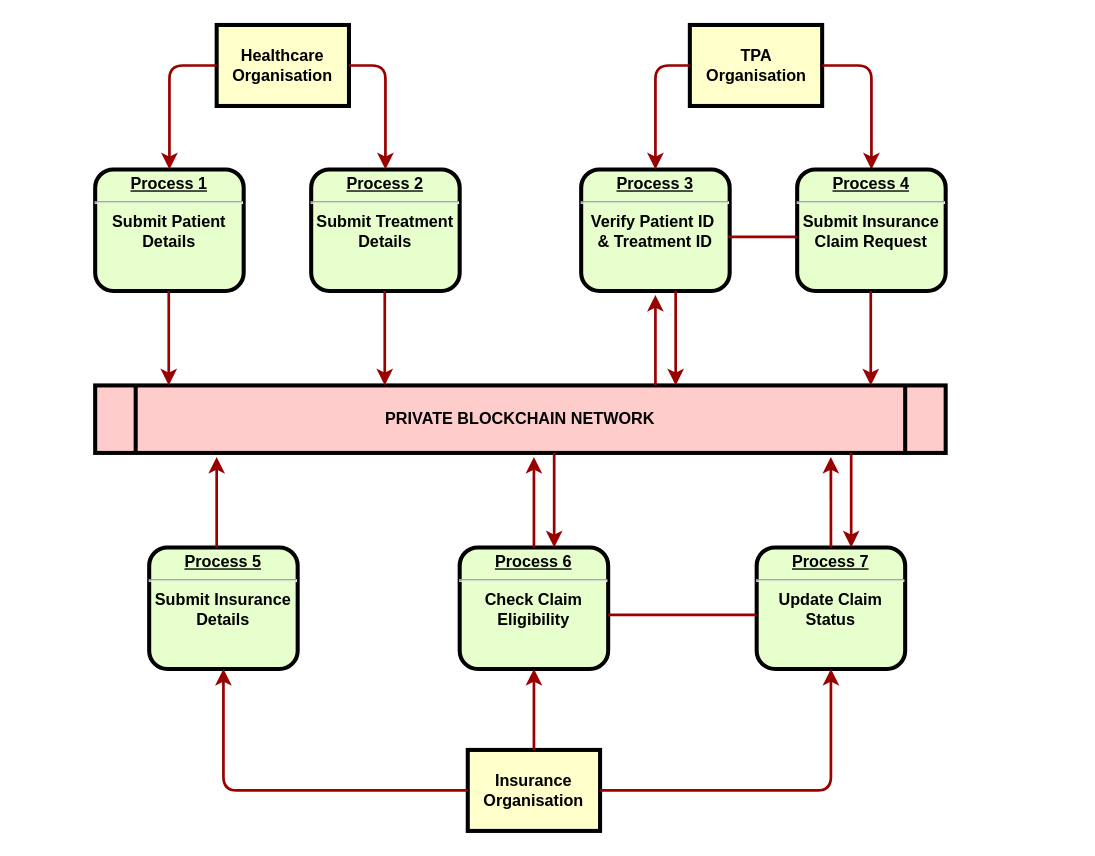
The draw.io diagram ad.drawio in jkt10125/healthcare-claim-processing-system, before the edit. Source tidied: cells renumbered, new cells numbered last; positions are measured from the earlier drawing's top-left corner, leaving out a move shared by most shapes. Both pictures are drawn from the tidied source at 135%, with x=0, y=0 at pixel (94, 24).
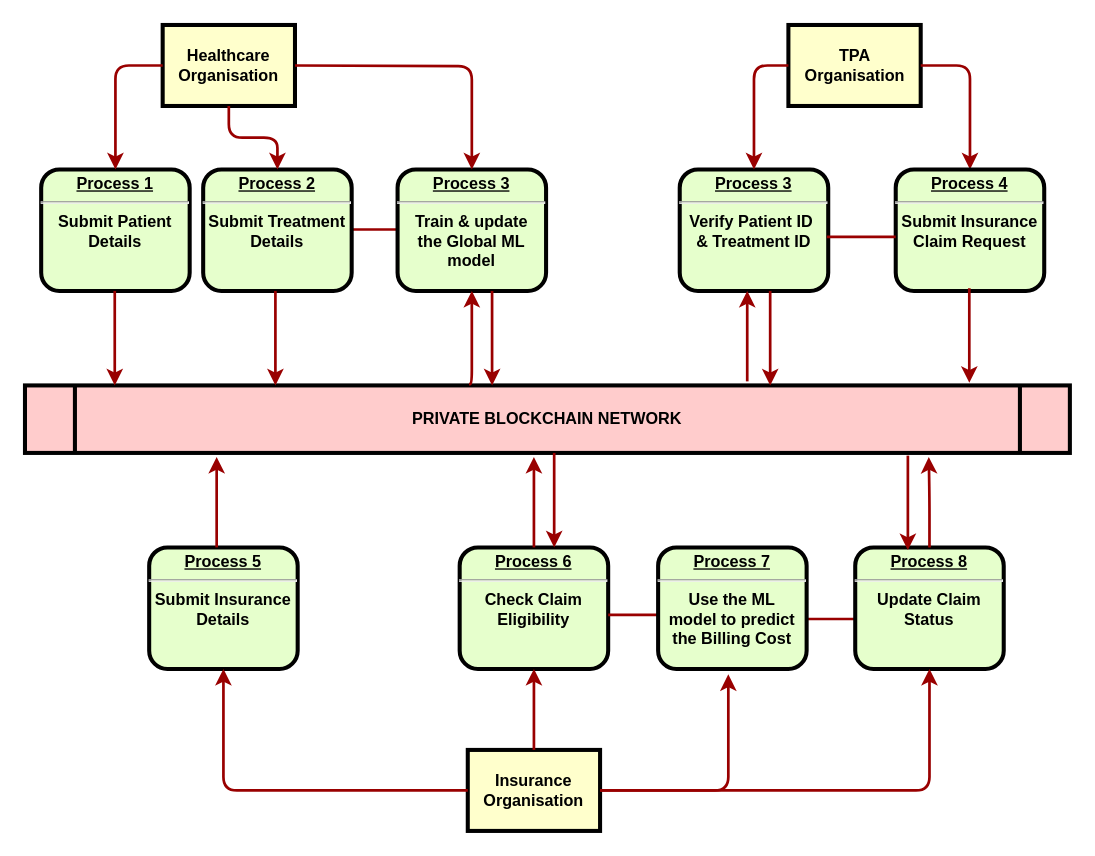
Above is the later version.

Commit message:
Update ARCHITECTURE DIAGRAM

Unchanged cells that the change refers to:
```xml
<mxCell id="15" value="Insurance Organisation" style="whiteSpace=wrap;align=center;verticalAlign=middle;fontStyle=1;strokeWidth=3;fillColor=#FFFFCC;" parent="1" vertex="1">
  <mxGeometry x="276" y="537" width="98" height="60" as="geometry" />
</mxCell>
```

Change to the diagram source:
```diff
@@
+    <mxCell id="32" style="strokeColor=#990000;strokeWidth=2;endArrow=none;endFill=0;" parent="1" edge="1">
+      <mxGeometry relative="1" as="geometry">
+        <mxPoint x="190" y="151.5" as="sourcePoint" />
+        <mxPoint x="300" y="151.5" as="targetPoint" />
+      </mxGeometry>
+    </mxCell>
+    <mxCell id="33" style="strokeColor=#990000;strokeWidth=2;endArrow=none;endFill=0;" parent="1" edge="1">
+      <mxGeometry relative="1" as="geometry">
+        <mxPoint x="492" y="440" as="sourcePoint" />
+        <mxPoint x="602" y="440" as="targetPoint" />
+      </mxGeometry>
+    </mxCell>
     <mxCell id="2" value="&lt;p style=&quot;margin: 0px; margin-top: 4px; text-align: center; text-decoration: underline;&quot;&gt;&lt;strong&gt;Process 1&lt;br&gt;&lt;/strong&gt;&lt;/p&gt;&lt;hr&gt;&lt;div&gt;Submit Patient&lt;/div&gt;&lt;div&gt;Details&lt;br&gt;&lt;/div&gt;" style="verticalAlign=middle;align=center;overflow=fill;fontSize=12;fontFamily=Helvetica;html=1;rounded=1;fontStyle=1;strokeWidth=3;fillColor=#E6FFCC;" parent="1" vertex="1">
-      <mxGeometry y="107" width="110" height="90" as="geometry" />
+      <mxGeometry x="-40" y="107" width="110" height="90" as="geometry" />
     </mxCell>
     <mxCell id="3" value="Healthcare Organisation" style="whiteSpace=wrap;align=center;verticalAlign=middle;fontStyle=1;strokeWidth=3;fillColor=#FFFFCC;" parent="1" vertex="1">
-      <mxGeometry x="90" width="98" height="60" as="geometry" />
+      <mxGeometry x="50" width="98" height="60" as="geometry" />
     </mxCell>
     <mxCell id="4" value="PRIVATE BLOCKCHAIN NETWORK" style="shape=process;whiteSpace=wrap;align=center;verticalAlign=middle;size=0.0475;fontStyle=1;strokeWidth=3;fillColor=#FFCCCC;" parent="1" vertex="1">
-      <mxGeometry y="267" width="630" height="50" as="geometry" />
+      <mxGeometry x="-52" y="267" width="774" height="50" as="geometry" />
     </mxCell>
@@
     <mxCell id="6" value="&lt;p style=&quot;margin: 0px; margin-top: 4px; text-align: center; text-decoration: underline;&quot;&gt;&lt;strong&gt;Process 2&lt;br&gt;&lt;/strong&gt;&lt;/p&gt;&lt;hr&gt;&lt;div&gt;Submit Treatment&lt;/div&gt;&lt;div&gt;Details&lt;br&gt;&lt;/div&gt;" style="verticalAlign=middle;align=center;overflow=fill;fontSize=12;fontFamily=Helvetica;html=1;rounded=1;fontStyle=1;strokeWidth=3;fillColor=#E6FFCC;" parent="1" vertex="1">
-      <mxGeometry x="160" y="107" width="110" height="90" as="geometry" />
+      <mxGeometry x="80" y="107" width="110" height="90" as="geometry" />
     </mxCell>
-    <mxCell id="7" style="edgeStyle=orthogonalEdgeStyle;strokeColor=#990000;strokeWidth=2;entryX=0.5;entryY=0;entryDx=0;entryDy=0;exitX=1;exitY=0.5;exitDx=0;exitDy=0;" parent="1" edge="1" source="3" target="6">
-      <mxGeometry relative="1" as="geometry" />
-    </mxCell>
     <mxCell id="8" value="&lt;p style=&quot;margin: 0px; margin-top: 4px; text-align: center; text-decoration: underline;&quot;&gt;&lt;strong&gt;Process 3&lt;br&gt;&lt;/strong&gt;&lt;/p&gt;&lt;hr&gt;&lt;div&gt;Verify Patient ID&amp;nbsp;&lt;/div&gt;&lt;div&gt;&amp;amp; Treatment ID&lt;br&gt;&lt;/div&gt;" style="verticalAlign=middle;align=center;overflow=fill;fontSize=12;fontFamily=Helvetica;html=1;rounded=1;fontStyle=1;strokeWidth=3;fillColor=#E6FFCC;" parent="1" vertex="1">
-      <mxGeometry x="360" y="107" width="110" height="90" as="geometry" />
+      <mxGeometry x="433" y="107" width="110" height="90" as="geometry" />
     </mxCell>
     <mxCell id="9" value="TPA Organisation" style="whiteSpace=wrap;align=center;verticalAlign=middle;fontStyle=1;strokeWidth=3;fillColor=#FFFFCC;" parent="1" vertex="1">
-      <mxGeometry x="440.5" width="98" height="60" as="geometry" />
+      <mxGeometry x="513.5" width="98" height="60" as="geometry" />
     </mxCell>
@@
     <mxCell id="12" value="&lt;p style=&quot;margin: 0px; margin-top: 4px; text-align: center; text-decoration: underline;&quot;&gt;&lt;strong&gt;Process 4&lt;br&gt;&lt;/strong&gt;&lt;/p&gt;&lt;hr&gt;&lt;div&gt;Submit Insurance&lt;/div&gt;&lt;div&gt;Claim Request&lt;br&gt;&lt;/div&gt;" style="verticalAlign=middle;align=center;overflow=fill;fontSize=12;fontFamily=Helvetica;html=1;rounded=1;fontStyle=1;strokeWidth=3;fillColor=#E6FFCC;" parent="1" vertex="1">
-      <mxGeometry x="520" y="107" width="110" height="90" as="geometry" />
+      <mxGeometry x="593" y="107" width="110" height="90" as="geometry" />
     </mxCell>
@@
-    <mxCell id="16" value="&lt;p style=&quot;margin: 0px; margin-top: 4px; text-align: center; text-decoration: underline;&quot;&gt;&lt;strong&gt;Process 7&lt;br&gt;&lt;/strong&gt;&lt;/p&gt;&lt;hr&gt;&lt;div&gt;Update Claim&lt;/div&gt;&lt;div&gt;Status&lt;br&gt;&lt;/div&gt;" style="verticalAlign=middle;align=center;overflow=fill;fontSize=12;fontFamily=Helvetica;html=1;rounded=1;fontStyle=1;strokeWidth=3;fillColor=#E6FFCC;" parent="1" vertex="1">
-      <mxGeometry x="490" y="387" width="110" height="90" as="geometry" />
+    <mxCell id="16" value="&lt;p style=&quot;margin: 4px 0px 0px; text-align: center; text-decoration: underline;&quot;&gt;&lt;strong&gt;Process 8&lt;br&gt;&lt;/strong&gt;&lt;/p&gt;&lt;hr&gt;&lt;div&gt;Update Claim&lt;/div&gt;&lt;div&gt;Status&lt;br&gt;&lt;/div&gt;" style="verticalAlign=middle;align=center;overflow=fill;fontSize=12;fontFamily=Helvetica;html=1;rounded=1;fontStyle=1;strokeWidth=3;fillColor=#E6FFCC;" parent="1" vertex="1">
+      <mxGeometry x="563" y="387" width="110" height="90" as="geometry" />
     </mxCell>
@@
     <mxCell id="23" style="edgeStyle=orthogonalEdgeStyle;strokeColor=#990000;strokeWidth=2;exitX=0.5;exitY=0;exitDx=0;exitDy=0;entryX=0.865;entryY=1.06;entryDx=0;entryDy=0;entryPerimeter=0;" parent="1" edge="1">
       <mxGeometry relative="1" as="geometry">
-        <mxPoint x="415" y="267" as="sourcePoint" />
-        <mxPoint x="415" y="200" as="targetPoint" />
+        <mxPoint x="483" y="264" as="sourcePoint" />
+        <mxPoint x="483" y="197" as="targetPoint" />
         <Array as="points">
-          <mxPoint x="415" y="217" />
-          <mxPoint x="415" y="217" />
+          <mxPoint x="483" y="214" />
+          <mxPoint x="483" y="214" />
         </Array>
       </mxGeometry>
     </mxCell>
     <mxCell id="24" style="strokeColor=#990000;strokeWidth=2;" parent="1" edge="1">
       <mxGeometry relative="1" as="geometry">
-        <mxPoint x="560" y="317" as="sourcePoint" />
-        <mxPoint x="560" y="387" as="targetPoint" />
+        <mxPoint x="602" y="319" as="sourcePoint" />
+        <mxPoint x="602" y="389" as="targetPoint" />
       </mxGeometry>
     </mxCell>
     <mxCell id="25" style="strokeColor=#990000;strokeWidth=2;" parent="1" edge="1">
       <mxGeometry relative="1" as="geometry">
-        <mxPoint x="430" y="197" as="sourcePoint" />
-        <mxPoint x="430" y="267" as="targetPoint" />
+        <mxPoint x="500" y="197" as="sourcePoint" />
+        <mxPoint x="500" y="267" as="targetPoint" />
       </mxGeometry>
     </mxCell>
@@
     <mxCell id="27" style="strokeColor=#990000;strokeWidth=2;" parent="1" edge="1">
       <mxGeometry relative="1" as="geometry">
-        <mxPoint x="54.5" y="197" as="sourcePoint" />
-        <mxPoint x="54.5" y="267" as="targetPoint" />
+        <mxPoint x="14.5" y="197" as="sourcePoint" />
+        <mxPoint x="14.5" y="267" as="targetPoint" />
       </mxGeometry>
     </mxCell>
     <mxCell id="28" style="strokeColor=#990000;strokeWidth=2;" parent="1" edge="1">
       <mxGeometry relative="1" as="geometry">
-        <mxPoint x="214.5" y="197" as="sourcePoint" />
-        <mxPoint x="214.5" y="267" as="targetPoint" />
+        <mxPoint x="133.5" y="197" as="sourcePoint" />
+        <mxPoint x="133.5" y="267" as="targetPoint" />
       </mxGeometry>
     </mxCell>
     <mxCell id="29" style="strokeColor=#990000;strokeWidth=2;" parent="1" edge="1">
       <mxGeometry relative="1" as="geometry">
-        <mxPoint x="574.5" y="197" as="sourcePoint" />
-        <mxPoint x="574.5" y="267" as="targetPoint" />
+        <mxPoint x="647.5" y="195" as="sourcePoint" />
+        <mxPoint x="647.5" y="265" as="targetPoint" />
       </mxGeometry>
     </mxCell>
     <mxCell id="30" style="strokeColor=#990000;strokeWidth=2;endArrow=none;endFill=0;" parent="1" edge="1">
       <mxGeometry relative="1" as="geometry">
-        <mxPoint x="469" y="157" as="sourcePoint" />
-        <mxPoint x="520" y="157" as="targetPoint" />
+        <mxPoint x="542" y="157" as="sourcePoint" />
+        <mxPoint x="593" y="157" as="targetPoint" />
       </mxGeometry>
     </mxCell>
@@
+    <mxCell id="34" value="&lt;p style=&quot;margin: 4px 0px 0px; text-align: center; text-decoration: underline;&quot;&gt;&lt;strong&gt;Process 7&lt;br&gt;&lt;/strong&gt;&lt;/p&gt;&lt;hr&gt;&lt;div&gt;Use the ML&lt;/div&gt;&lt;div&gt;model to predict&lt;/div&gt;&lt;div&gt;the Billing Cost&lt;br&gt;&lt;/div&gt;" style="verticalAlign=middle;align=center;overflow=fill;fontSize=12;fontFamily=Helvetica;html=1;rounded=1;fontStyle=1;strokeWidth=3;fillColor=#E6FFCC;" parent="1" vertex="1">
+      <mxGeometry x="417" y="387" width="110" height="90" as="geometry" />
+    </mxCell>
+    <mxCell id="35" value="&lt;p style=&quot;margin: 4px 0px 0px; text-align: center; text-decoration: underline;&quot;&gt;&lt;strong&gt;Process 3&lt;br&gt;&lt;/strong&gt;&lt;/p&gt;&lt;hr&gt;&lt;div&gt;Train &amp;amp; update&lt;/div&gt;&lt;div&gt;the Global ML &lt;br&gt;&lt;/div&gt;&lt;div&gt;model&lt;br&gt;&lt;/div&gt;" style="verticalAlign=middle;align=center;overflow=fill;fontSize=12;fontFamily=Helvetica;html=1;rounded=1;fontStyle=1;strokeWidth=3;fillColor=#E6FFCC;" parent="1" vertex="1">
+      <mxGeometry x="224" y="107" width="110" height="90" as="geometry" />
+    </mxCell>
+    <mxCell id="36" style="edgeStyle=orthogonalEdgeStyle;strokeColor=#990000;strokeWidth=2;exitX=1;exitY=0.5;exitDx=0;exitDy=0;" parent="1" edge="1" source="15">
+      <mxGeometry relative="1" as="geometry">
+        <mxPoint x="469" y="481" as="targetPoint" />
+        <Array as="points">
+          <mxPoint x="469" y="567" />
+        </Array>
+      </mxGeometry>
+    </mxCell>
+    <mxCell id="37" style="edgeStyle=orthogonalEdgeStyle;strokeColor=#990000;strokeWidth=2;entryX=0.5;entryY=0;entryDx=0;entryDy=0;exitX=1;exitY=0.5;exitDx=0;exitDy=0;" parent="1" edge="1" target="35">
+      <mxGeometry relative="1" as="geometry">
+        <mxPoint x="148" y="30" as="sourcePoint" />
+      </mxGeometry>
+    </mxCell>
+    <mxCell id="7" style="edgeStyle=orthogonalEdgeStyle;strokeColor=#990000;strokeWidth=2;entryX=0.5;entryY=0;entryDx=0;entryDy=0;exitX=0.5;exitY=1;exitDx=0;exitDy=0;" parent="1" edge="1" source="3" target="6">
+      <mxGeometry relative="1" as="geometry" />
+    </mxCell>
+    <mxCell id="38" style="edgeStyle=orthogonalEdgeStyle;strokeColor=#990000;strokeWidth=2;exitX=0.425;exitY=-0.02;exitDx=0;exitDy=0;entryX=0.5;entryY=1;entryDx=0;entryDy=0;exitPerimeter=0;" parent="1" edge="1" source="4" target="35">
+      <mxGeometry relative="1" as="geometry">
+        <Array as="points">
+          <mxPoint x="279" y="266" />
+        </Array>
+      </mxGeometry>
+    </mxCell>
+    <mxCell id="39" style="strokeColor=#990000;strokeWidth=2;" parent="1" edge="1">
+      <mxGeometry relative="1" as="geometry">
+        <mxPoint x="294" y="197" as="sourcePoint" />
+        <mxPoint x="294" y="267" as="targetPoint" />
+      </mxGeometry>
+    </mxCell>
```
